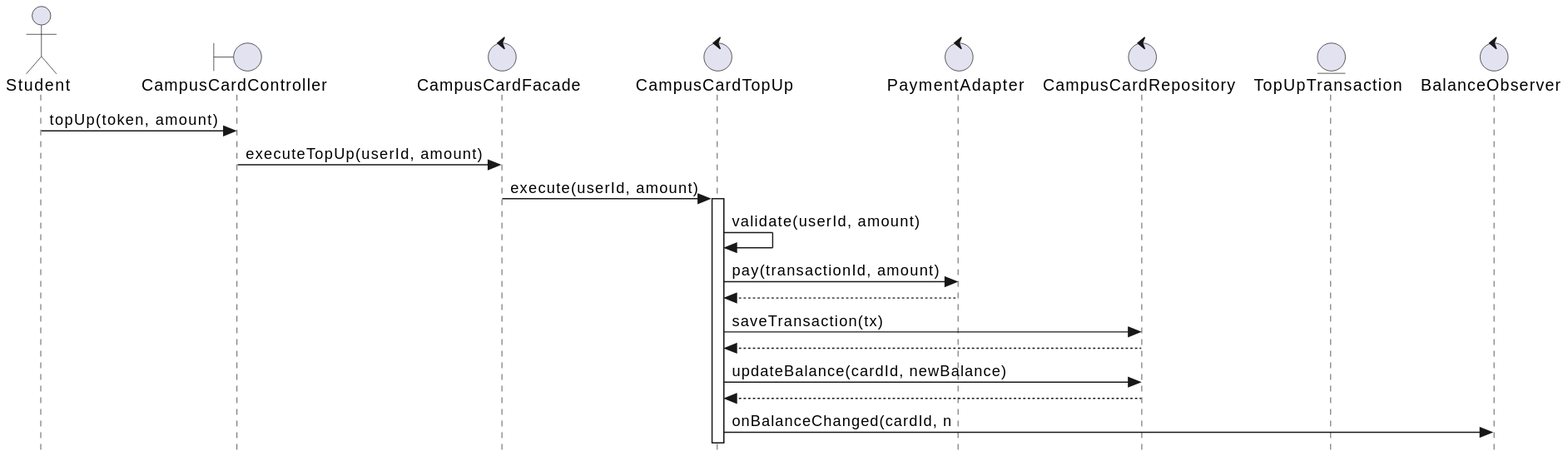
The PlantUML diagram Assignment3/diagrams/id_card_balance.svg in qianlinnian/se_sad_project, before a commit. Its diagram source:
```plantuml
@startuml
skinparam style strictuml
skinparam sequenceArrowThickness 1
skinparam ParticipantPadding 25

actor Student

boundary CampusCardController
control CampusCardFacade
control CampusCardTopUp
control PaymentAdapter
control CampusCardRepository
entity TopUpTransaction
control BalanceObserver

Student -> CampusCardController : topUp(token, amount)
CampusCardController -> CampusCardFacade : executeTopUp(userId, amount)

CampusCardFacade -> CampusCardTopUp : execute(userId, amount)
activate CampusCardTopUp

CampusCardTopUp -> CampusCardTopUp : validate(userId, amount)

CampusCardTopUp -> PaymentAdapter : pay(transactionId, amount)
PaymentAdapter --> CampusCardTopUp

CampusCardTopUp -> CampusCardRepository : saveTransaction(tx)
CampusCardRepository --> CampusCardTopUp

CampusCardTopUp -> CampusCardRepository : updateBalance(cardId, newBalance)
CampusCardRepository --> CampusCardTopUp

CampusCardTopUp -> BalanceObserver : onBalanceChanged(cardId, n
@enduml
```
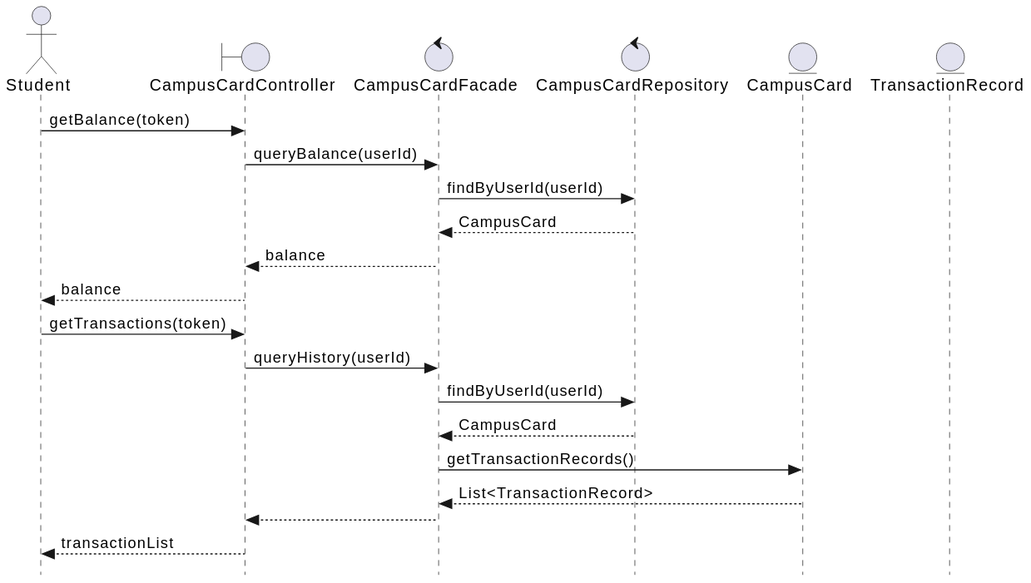
After the change.

Change to the diagram source:
```diff
@@ -7,28 +7,29 @@
 
 boundary CampusCardController
 control CampusCardFacade
-control CampusCardTopUp
-control PaymentAdapter
 control CampusCardRepository
-entity TopUpTransaction
-control BalanceObserver
+entity CampusCard
+entity TransactionRecord
 
-Student -> CampusCardController : topUp(token, amount)
-CampusCardController -> CampusCardFacade : executeTopUp(userId, amount)
+Student -> CampusCardController : getBalance(token)
+CampusCardController -> CampusCardFacade : queryBalance(userId)
 
-CampusCardFacade -> CampusCardTopUp : execute(userId, amount)
-activate CampusCardTopUp
+CampusCardFacade -> CampusCardRepository : findByUserId(userId)
+CampusCardRepository --> CampusCardFacade : CampusCard
 
-CampusCardTopUp -> CampusCardTopUp : validate(userId, amount)
+CampusCardFacade --> CampusCardController : balance
+CampusCardController --> Student : balance
 
-CampusCardTopUp -> PaymentAdapter : pay(transactionId, amount)
-PaymentAdapter --> CampusCardTopUp
 
-CampusCardTopUp -> CampusCardRepository : saveTransaction(tx)
-CampusCardRepository --> CampusCardTopUp
+Student -> CampusCardController : getTransactions(token)
+CampusCardController -> CampusCardFacade : queryHistory(userId)
 
-CampusCardTopUp -> CampusCardRepository : updateBalance(cardId, newBalance)
-CampusCardRepository --> CampusCardTopUp
+CampusCardFacade -> CampusCardRepository : findByUserId(userId)
+CampusCardRepository --> CampusCardFacade : CampusCard
 
-CampusCardTopUp -> BalanceObserver : onBalanceChanged(cardId, n
+CampusCardFacade -> CampusCard : getTransactionRecords()
+CampusCard --> CampusCardFacade : List<TransactionRecord>
+
+CampusCardFacade --> CampusCardController
+CampusCardController --> Student : transactionList
 @enduml
```
